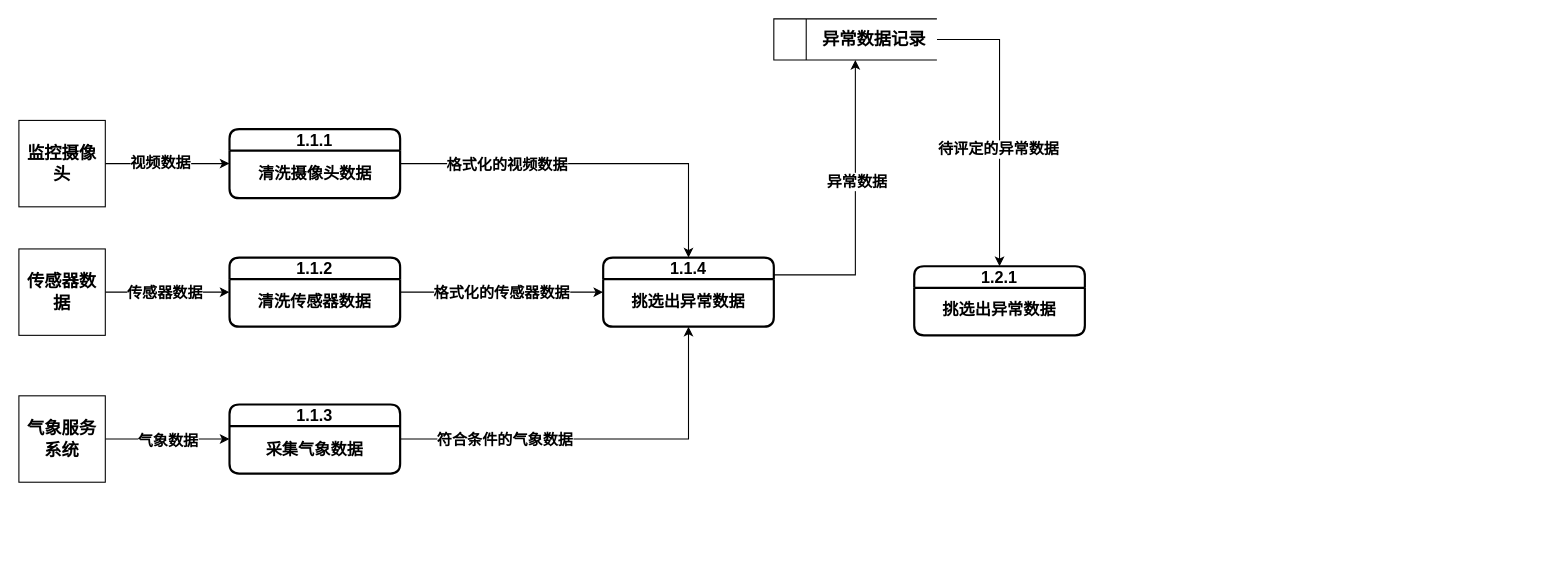
This is 系统图1.drawio from Lxlorange/drawio, a draw.io file, before an edit. Source tidied: cells renumbered, new cells numbered last; positions are measured from the earlier drawing's top-left corner, leaving out a move shared by most shapes. Both pictures are drawn from the tidied source at 108%, with x=0, y=0 at pixel (18, 18).
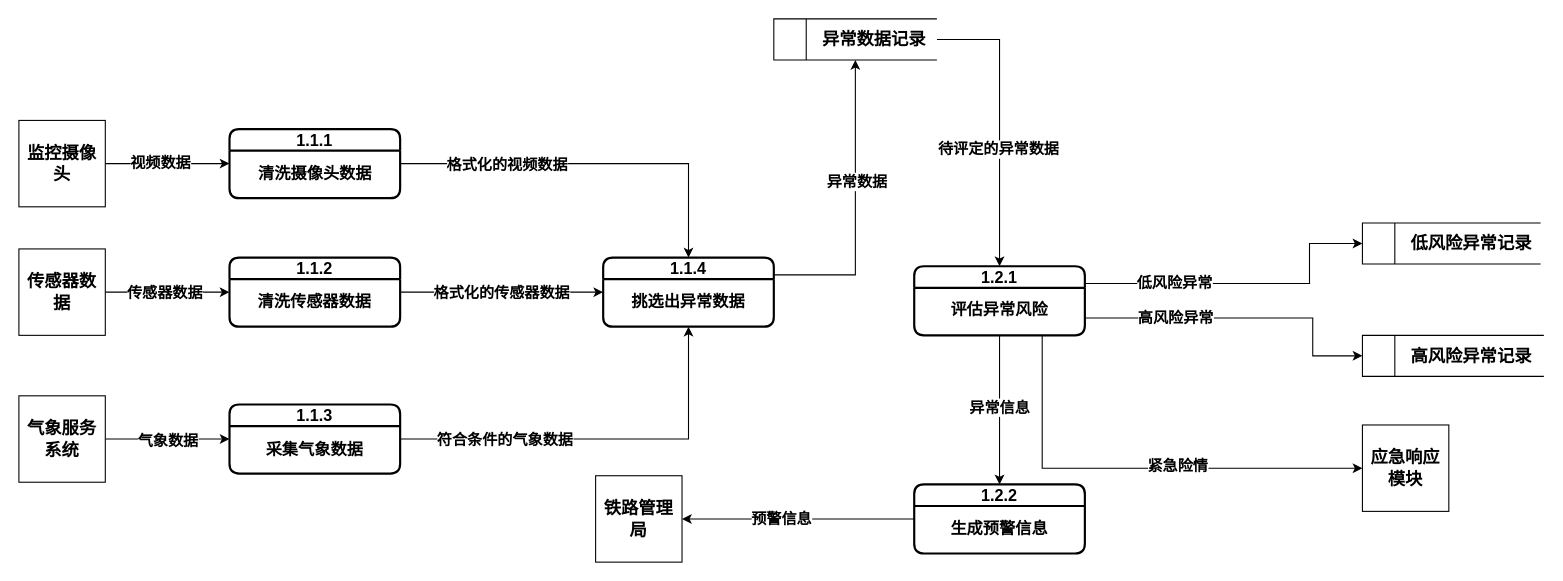
The same page after the edit.

Unchanged cells that the change refers to:
```xml
<mxCell id="30" value="1.2.1" style="swimlane;html=1;startSize=20;fontStyle=1;horizontal=1;swimlaneLine=1;strokeWidth=2;swimlaneFillColor=#ffffff;whiteSpace=wrap;rounded=1;fontSize=15;" parent="1" vertex="1">
  <mxGeometry x="829" y="229" width="158" height="64" as="geometry" />
</mxCell>
```

The edit, as a diff of the source:
```diff
@@
+    <mxCell id="32" style="edgeStyle=orthogonalEdgeStyle;rounded=0;jettySize=auto;html=1;exitX=1;exitY=0.25;exitDx=0;exitDy=0;entryX=0;entryY=0.5;entryDx=0;entryDy=0;" parent="1" edge="1" source="30" target="40">
+      <mxGeometry relative="1" as="geometry">
+        <Array as="points">
+          <mxPoint x="1195" y="245" />
+          <mxPoint x="1195" y="208" />
+        </Array>
+      </mxGeometry>
+    </mxCell>
+    <mxCell id="33" value="低风险异常" style="edgeLabel;html=1;align=center;verticalAlign=middle;fontSize=14;fontStyle=1;" parent="32" vertex="1">
+      <mxGeometry x="-0.44" y="1" relative="1" as="geometry" />
+    </mxCell>
+    <mxCell id="34" style="edgeStyle=orthogonalEdgeStyle;rounded=0;jettySize=auto;html=1;exitX=1;exitY=0.75;exitDx=0;exitDy=0;entryX=0;entryY=0.5;entryDx=0;entryDy=0;" parent="1" edge="1" source="30" target="41">
+      <mxGeometry relative="1" as="geometry">
+        <Array as="points">
+          <mxPoint x="1198" y="277" />
+          <mxPoint x="1198" y="312" />
+        </Array>
+      </mxGeometry>
+    </mxCell>
+    <mxCell id="35" value="&lt;font style=&quot;font-size: 14px;&quot;&gt;&lt;b&gt;高风险异常&lt;/b&gt;&lt;/font&gt;" style="edgeLabel;html=1;align=center;verticalAlign=middle;" parent="34" vertex="1">
+      <mxGeometry x="-0.39" y="3" relative="1" as="geometry">
+        <mxPoint x="-6" y="2" as="offset" />
+      </mxGeometry>
+    </mxCell>
+    <mxCell id="36" style="edgeStyle=orthogonalEdgeStyle;rounded=0;jettySize=auto;html=1;exitX=0.5;exitY=1;exitDx=0;exitDy=0;entryX=0.5;entryY=0;entryDx=0;entryDy=0;" parent="1" edge="1" source="30" target="44">
+      <mxGeometry relative="1" as="geometry" />
+    </mxCell>
+    <mxCell id="37" value="&lt;b&gt;&lt;font style=&quot;font-size: 14px;&quot;&gt;异常信息&lt;/font&gt;&lt;/b&gt;" style="edgeLabel;html=1;align=center;verticalAlign=middle;" parent="36" vertex="1">
+      <mxGeometry x="-0.04" y="-1" relative="1" as="geometry" />
+    </mxCell>
+    <mxCell id="38" style="edgeStyle=orthogonalEdgeStyle;rounded=0;jettySize=auto;html=1;exitX=0.75;exitY=1;exitDx=0;exitDy=0;entryX=0;entryY=0.5;entryDx=0;entryDy=0;" parent="1" edge="1" source="30" target="46">
+      <mxGeometry relative="1" as="geometry" />
+    </mxCell>
+    <mxCell id="39" value="&lt;b&gt;&lt;font style=&quot;font-size: 14px;&quot;&gt;紧急险情&lt;/font&gt;&lt;/b&gt;" style="edgeLabel;html=1;align=center;verticalAlign=middle;" parent="38" vertex="1">
+      <mxGeometry x="0.15" y="2" relative="1" as="geometry">
+        <mxPoint x="7" y="-1" as="offset" />
+      </mxGeometry>
+    </mxCell>
@@
-    <mxCell id="31" value="挑选出异常数据" style="text;html=1;align=center;verticalAlign=middle;whiteSpace=wrap;rounded=0;fontSize=15;fontStyle=1;" parent="30" vertex="1">
+    <mxCell id="31" value="评估异常风险" style="text;html=1;align=center;verticalAlign=middle;whiteSpace=wrap;rounded=0;fontSize=15;fontStyle=1;" parent="30" vertex="1">
       <mxGeometry x="21" y="25" width="116" height="30" as="geometry" />
     </mxCell>
+    <mxCell id="40" value="&lt;font style=&quot;font-size: 16px;&quot;&gt;&lt;b&gt;&amp;nbsp; &amp;nbsp; &amp;nbsp; &amp;nbsp; &amp;nbsp;低风险异常记录&lt;/b&gt;&lt;/font&gt;" style="html=1;dashed=0;whiteSpace=wrap;shape=mxgraph.dfd.dataStoreID;align=left;spacingLeft=3;points=[[0,0],[0.5,0],[1,0],[0,0.5],[1,0.5],[0,1],[0.5,1],[1,1]];" parent="1" vertex="1">
+      <mxGeometry x="1244" y="189" width="165" height="38" as="geometry" />
+    </mxCell>
+    <mxCell id="41" value="&lt;font style=&quot;font-size: 16px;&quot;&gt;&lt;b&gt;&amp;nbsp; &amp;nbsp; &amp;nbsp; &amp;nbsp; &amp;nbsp;高风险异常记录&lt;/b&gt;&lt;/font&gt;" style="html=1;dashed=0;whiteSpace=wrap;shape=mxgraph.dfd.dataStoreID;align=left;spacingLeft=3;points=[[0,0],[0.5,0],[1,0],[0,0.5],[1,0.5],[0,1],[0.5,1],[1,1]];" parent="1" vertex="1">
+      <mxGeometry x="1244" y="293" width="168" height="38" as="geometry" />
+    </mxCell>
+    <mxCell id="42" style="edgeStyle=orthogonalEdgeStyle;rounded=0;jettySize=auto;html=1;exitX=0;exitY=0.5;exitDx=0;exitDy=0;entryX=1;entryY=0.5;entryDx=0;entryDy=0;" parent="1" edge="1" source="44" target="47">
+      <mxGeometry relative="1" as="geometry" />
+    </mxCell>
+    <mxCell id="43" value="&lt;b&gt;&lt;font style=&quot;font-size: 14px;&quot;&gt;预警信息&lt;/font&gt;&lt;/b&gt;" style="edgeLabel;html=1;align=center;verticalAlign=middle;" parent="42" vertex="1">
+      <mxGeometry x="0.15" y="-1" relative="1" as="geometry" />
+    </mxCell>
+    <mxCell id="44" value="1.2.2" style="swimlane;html=1;startSize=20;fontStyle=1;horizontal=1;swimlaneLine=1;strokeWidth=2;swimlaneFillColor=#ffffff;whiteSpace=wrap;rounded=1;fontSize=15;" parent="1" vertex="1">
+      <mxGeometry x="829" y="431" width="158" height="64" as="geometry" />
+    </mxCell>
+    <mxCell id="45" value="生成预警信息" style="text;html=1;align=center;verticalAlign=middle;whiteSpace=wrap;rounded=0;fontSize=15;fontStyle=1;" parent="44" vertex="1">
+      <mxGeometry x="21" y="25" width="116" height="30" as="geometry" />
+    </mxCell>
+    <mxCell id="46" value="&lt;b&gt;应急响应模块&lt;/b&gt;" style="rounded=0;whiteSpace=wrap;html=1;fontSize=16;" parent="1" vertex="1">
+      <mxGeometry x="1244" y="376" width="80" height="80" as="geometry" />
+    </mxCell>
+    <mxCell id="47" value="&lt;b&gt;铁路管理局&lt;/b&gt;" style="rounded=0;whiteSpace=wrap;html=1;fontSize=16;" parent="1" vertex="1">
+      <mxGeometry x="534" y="423" width="80" height="80" as="geometry" />
+    </mxCell>
```
